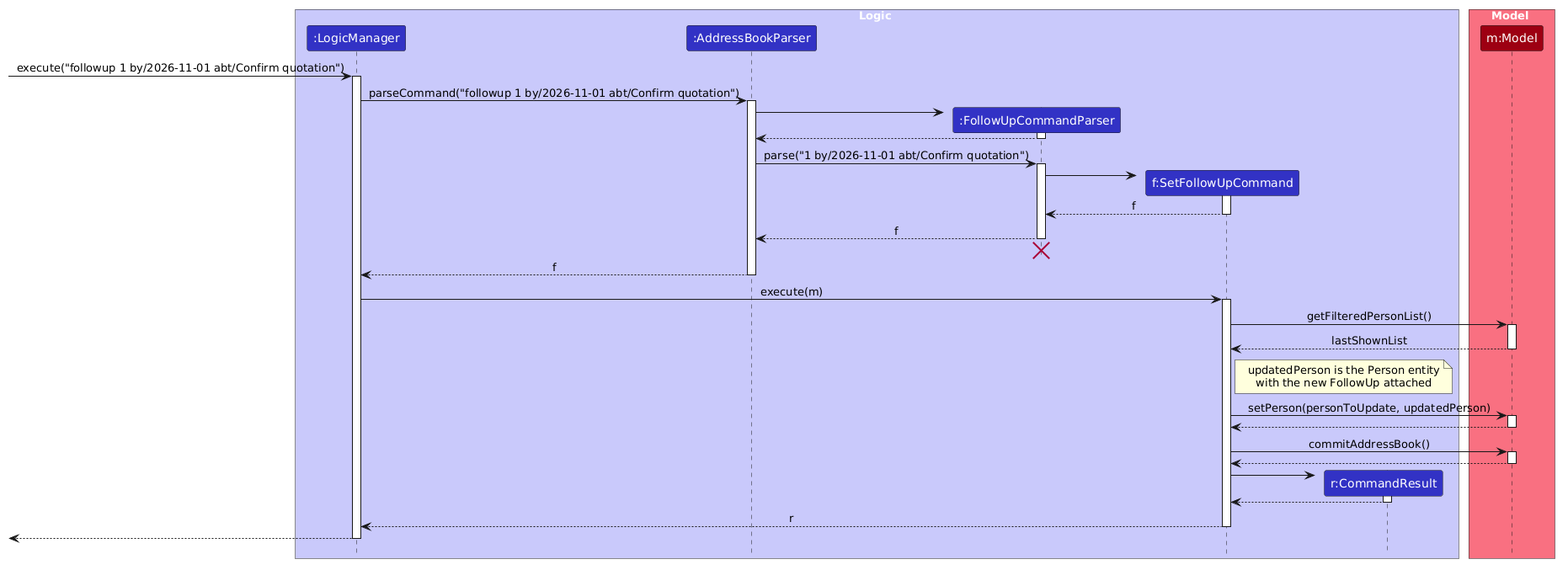
Before: docs/images/FollowUpSequenceDiagram.png, a diagram exported from PlantUML (AY2627S1-CS2103T-F11-1/tp).
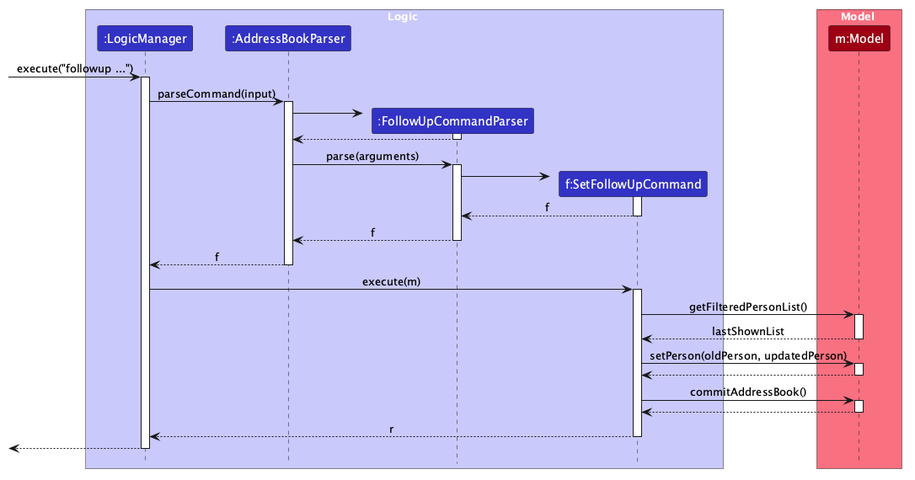
After the change.

The edit, as a diff of the source:
```diff
@@ -1,85 +1,5 @@
 @startuml
-
-
-
-!define UI_COLOR #1D8900
-!define UI_COLOR_T1 #83E769
-!define UI_COLOR_T2 #3FC71B
-!define UI_COLOR_T3 #166800
-!define UI_COLOR_T4 #0E4100
-
-!define LOGIC_COLOR #3333C4
-!define LOGIC_COLOR_T1 #C8C8FA
-!define LOGIC_COLOR_T2 #6A6ADC
-!define LOGIC_COLOR_T3 #1616B0
-!define LOGIC_COLOR_T4 #101086
-
-!define MODEL_COLOR #9D0012
-!define MODEL_COLOR_T1 #F97181
-!define MODEL_COLOR_T2 #E41F36
-!define MODEL_COLOR_T3 #7B000E
-!define MODEL_COLOR_T4 #51000A
-
-!define STORAGE_COLOR #A38300
-!define STORAGE_COLOR_T1 #FFE374
-!define STORAGE_COLOR_T2 #EDC520
-!define STORAGE_COLOR_T3 #806600
-!define STORAGE_COLOR_T4 #544400
-
-!define USER_COLOR #000000
-
-skinparam Package {
-    BackgroundColor #FFFFFF
-    BorderThickness 1
-    FontSize 16
-}
-
-skinparam Class {
-    FontColor #FFFFFF
-    FontSize 15
-    BorderThickness 1
-    BorderColor #FFFFFF
-    StereotypeFontColor #FFFFFF
-    FontName Arial
-}
-
-skinparam Actor {
-    BorderColor USER_COLOR
-    Color USER_COLOR
-    FontName Arial
-}
-
-skinparam Sequence {
-    MessageAlign center
-    BoxFontSize 15
-    BoxPadding 0
-    BoxFontColor #FFFFFF
-    FontName Arial
-}
-
-skinparam Participant {
-    FontColor #FFFFFF
-    Padding 20
-}
-
-skinparam ArrowFontStyle bold
-skinparam MinClassWidth 50
-skinparam Shadowing false
-skinparam DefaultTextAlignment center
-skinparam packageStyle Rectangle
-
-<style>
-sequenceDiagram {
-    participant {
-        Margin 0 10
-    }
-}
-</style>
-
-hide footbox
-hide members
-hide circle
-
+!include style.puml
 skinparam ArrowFontStyle plain
 
 box Logic LOGIC_COLOR_T1
@@ -87,17 +7,16 @@
 participant ":AddressBookParser" as AddressBookParser LOGIC_COLOR
 participant ":FollowUpCommandParser" as FollowUpCommandParser LOGIC_COLOR
 participant "f:SetFollowUpCommand" as SetFollowUpCommand LOGIC_COLOR
-participant "r:CommandResult" as CommandResult LOGIC_COLOR
 end box
 
 box Model MODEL_COLOR_T1
 participant "m:Model" as Model MODEL_COLOR
 end box
 
-[-> LogicManager : execute("followup 1 by/2026-11-01 abt/Confirm quotation")
+[-> LogicManager : execute("followup ...")
 activate LogicManager
 
-LogicManager -> AddressBookParser : parseCommand("followup 1 by/2026-11-01 abt/Confirm quotation")
+LogicManager -> AddressBookParser : parseCommand(input)
 activate AddressBookParser
 
 create FollowUpCommandParser
@@ -107,7 +26,7 @@
 FollowUpCommandParser --> AddressBookParser
 deactivate FollowUpCommandParser
 
-AddressBookParser -> FollowUpCommandParser : parse("1 by/2026-11-01 abt/Confirm quotation")
+AddressBookParser -> FollowUpCommandParser : parse(arguments)
 activate FollowUpCommandParser
 
 create SetFollowUpCommand
@@ -119,8 +38,6 @@
 
 FollowUpCommandParser --> AddressBookParser : f
 deactivate FollowUpCommandParser
-FollowUpCommandParser -[hidden]-> AddressBookParser
-destroy FollowUpCommandParser
 
 AddressBookParser --> LogicManager : f
 deactivate AddressBookParser
@@ -134,12 +51,8 @@
 Model --> SetFollowUpCommand : lastShownList
 deactivate Model
 
-note right of SetFollowUpCommand
-updatedPerson is the Person entity
-with the new FollowUp attached
-end note
 
-SetFollowUpCommand -> Model : setPerson(personToUpdate, updatedPerson)
+SetFollowUpCommand -> Model : setPerson(oldPerson, updatedPerson)
 activate Model
 
 Model --> SetFollowUpCommand
@@ -151,12 +64,6 @@
 Model --> SetFollowUpCommand
 deactivate Model
 
-create CommandResult
-SetFollowUpCommand -> CommandResult
-activate CommandResult
-
-CommandResult --> SetFollowUpCommand
-deactivate CommandResult
 
 SetFollowUpCommand --> LogicManager : r
 deactivate SetFollowUpCommand
```
